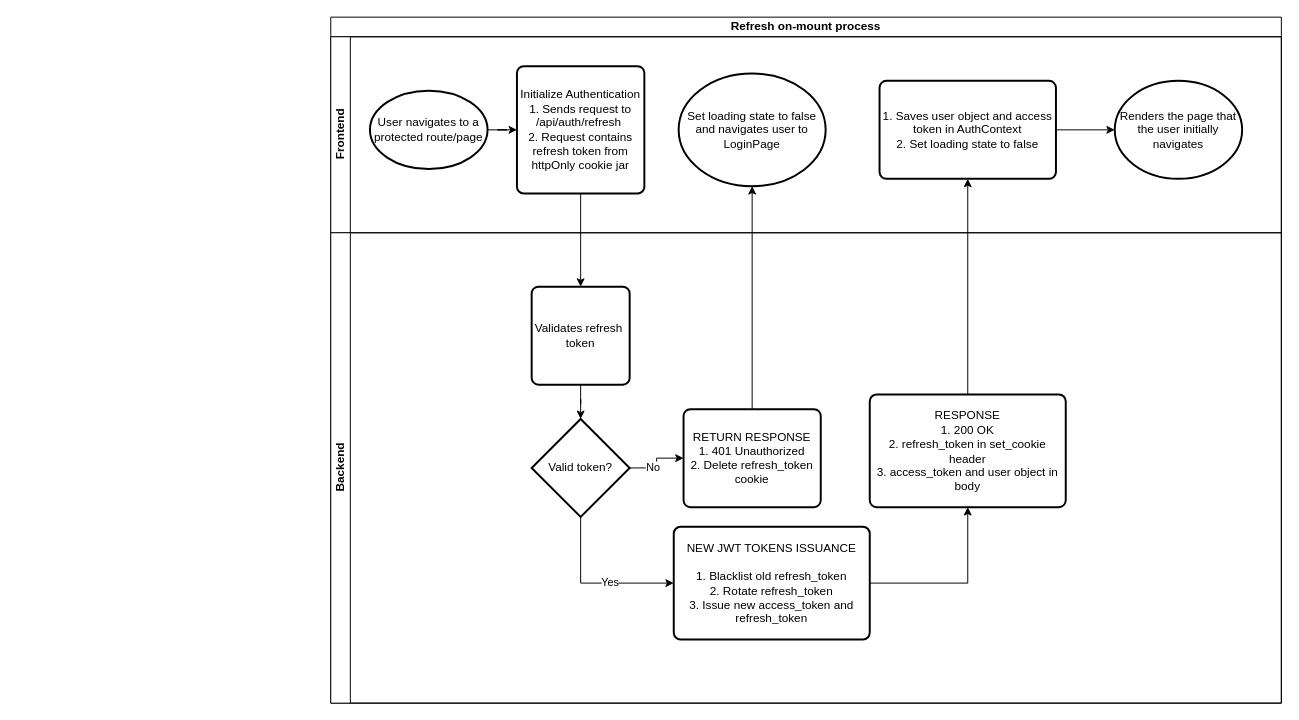
RHILIUS/drawio keeps this draw.io diagram as page "auth_auth-status-redirection" (5 of 5) of E-Commerce Process Flow.drawio. Above is the earlier version. Source tidied: cells renumbered, new cells numbered last; positions are measured from the earlier drawing's top-left corner, leaving out a move shared by most shapes. Both pictures are drawn from the tidied source at 98%, with x=0, y=0 at pixel (330, 17).
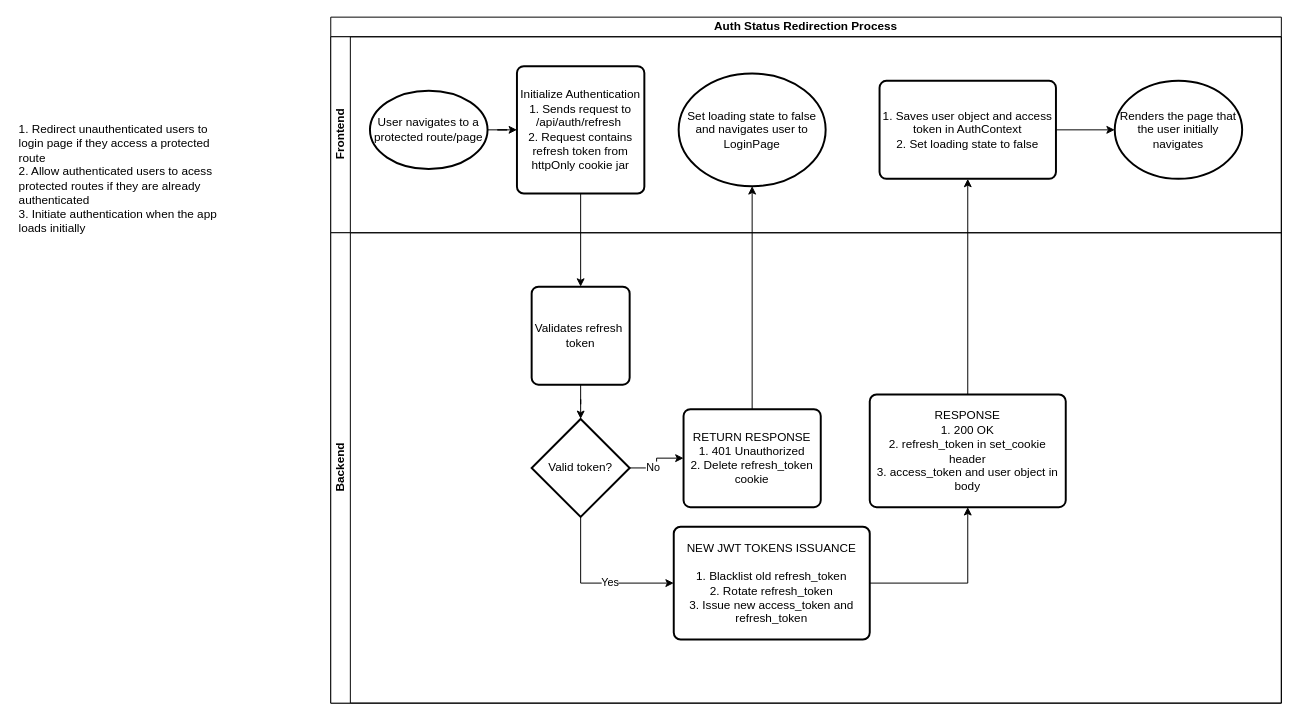
After the change.

Diff of the diagram source:
```diff
@@
-    <mxCell id="2" value="Refresh on-mount process" style="swimlane;html=1;horizontal=1;startSize=20;whiteSpace=wrap;" parent="1" vertex="1">
+    <mxCell id="2" value="Auth Status Redirection Process" style="swimlane;html=1;horizontal=1;startSize=20;whiteSpace=wrap;" parent="1" vertex="1">
       <mxGeometry width="970" height="700" as="geometry" />
     </mxCell>
@@
+    <mxCell id="26" value="1. Redirect unauthenticated users to login page if they access a protected route&lt;div&gt;2. Allow authenticated users to acess protected routes if they are already authenticated&lt;/div&gt;&lt;div&gt;3. Initiate authentication when the app loads initially&lt;/div&gt;" style="text;html=1;whiteSpace=wrap;strokeColor=none;fillColor=none;align=left;verticalAlign=middle;rounded=0;" parent="1" vertex="1">
+      <mxGeometry x="-320" y="90" width="220" height="150" as="geometry" />
+    </mxCell>
```
